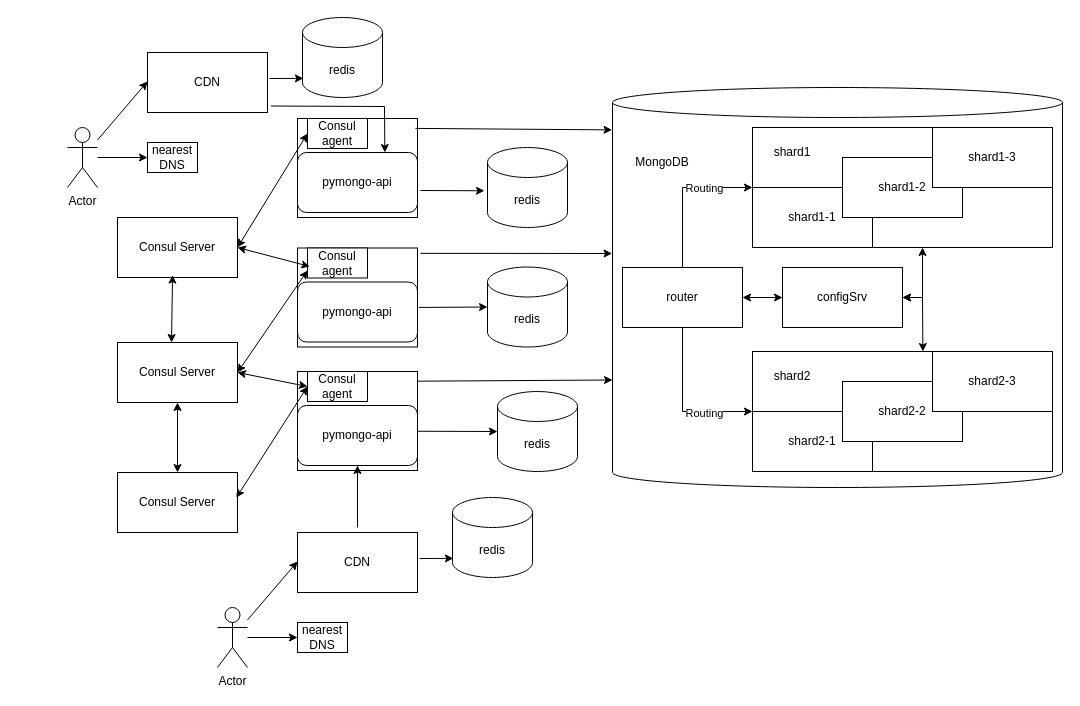
AlexanderTikhonovB/fourth keeps this draw.io diagram as task6.drawio. Above is the earlier version. Source tidied: cells renumbered, new cells numbered last; positions are measured from the earlier drawing's top-left corner, leaving out a move shared by most shapes. Both pictures are drawn from the tidied source at 100%, with x=0, y=0 at pixel (67, 17).
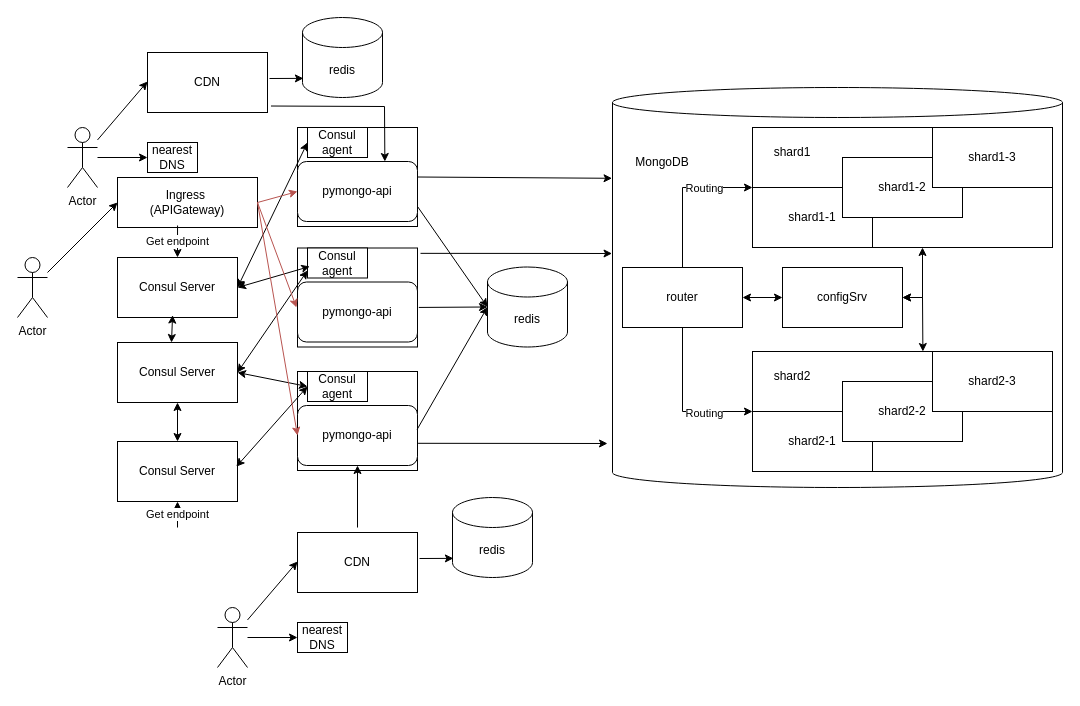
After the change.

Unchanged cells that the change refers to:
```xml
<mxCell id="2" style="shape=cylinder3;whiteSpace=wrap;html=1;boundedLbl=1;backgroundOutline=1;size=15;" parent="1" vertex="1">
  <mxGeometry x="545" y="70" width="450" height="400" as="geometry" />
</mxCell>
<mxCell id="25" style="rounded=0;whiteSpace=wrap;html=1;" parent="24" vertex="1">
  <mxGeometry width="120" height="99" as="geometry" />
</mxCell>
<mxCell id="26" value="pymongo-api" style="rounded=1;whiteSpace=wrap;html=1;" parent="24" vertex="1">
  <mxGeometry y="34" width="120" height="60" as="geometry" />
</mxCell>
<mxCell id="35" style="rounded=0;whiteSpace=wrap;html=1;" parent="34" vertex="1">
  <mxGeometry width="120" height="99" as="geometry" />
</mxCell>
<mxCell id="36" value="pymongo-api" style="rounded=1;whiteSpace=wrap;html=1;" parent="34" vertex="1">
  <mxGeometry y="34" width="120" height="60" as="geometry" />
</mxCell>
<mxCell id="39" style="rounded=0;whiteSpace=wrap;html=1;" parent="38" vertex="1">
  <mxGeometry width="120" height="99" as="geometry" />
</mxCell>
<mxCell id="40" value="pymongo-api" style="rounded=1;whiteSpace=wrap;html=1;" parent="38" vertex="1">
  <mxGeometry y="34" width="120" height="60" as="geometry" />
</mxCell>
```

What changed in the source:
```diff
@@
-    <mxCell id="20" value="redis" style="shape=cylinder3;whiteSpace=wrap;html=1;boundedLbl=1;backgroundOutline=1;size=15;" parent="1" vertex="1">
-      <mxGeometry x="430" y="374" width="80" height="80" as="geometry" />
-    </mxCell>
@@
     <mxCell id="29" value="Consul Server" style="rounded=0;whiteSpace=wrap;html=1;" parent="1" vertex="1">
-      <mxGeometry x="50" y="200" width="120" height="60" as="geometry" />
+      <mxGeometry x="50" y="240" width="120" height="60" as="geometry" />
     </mxCell>
     <mxCell id="30" value="Consul Server" style="rounded=0;whiteSpace=wrap;html=1;" parent="1" vertex="1">
-      <mxGeometry x="50" y="455" width="120" height="60" as="geometry" />
+      <mxGeometry x="50" y="424" width="120" height="60" as="geometry" />
     </mxCell>
@@
     <mxCell id="38" style="group;" parent="1" vertex="1">
-      <mxGeometry x="230" y="101" width="120" height="99" as="geometry" />
+      <mxGeometry x="230" y="110" width="120" height="99" as="geometry" />
     </mxCell>
@@
-    <mxCell id="47" value="redis" style="shape=cylinder3;whiteSpace=wrap;html=1;boundedLbl=1;backgroundOutline=1;size=15;" parent="1" vertex="1">
-      <mxGeometry x="420" y="249.5" width="80" height="80" as="geometry" />
-    </mxCell>
-    <mxCell id="48" style="endArrow=classic;html=1;rounded=0;entryX=0;entryY=0.5;entryDx=0;entryDy=0;entryPerimeter=0;exitX=1.001;exitY=0.429;exitDx=0;exitDy=0;exitPerimeter=0;" parent="1" edge="1" source="26" target="20">
+    <mxCell id="48" style="endArrow=classic;html=1;rounded=0;entryX=0;entryY=0.5;entryDx=0;entryDy=0;entryPerimeter=0;exitX=0.997;exitY=0.399;exitDx=0;exitDy=0;exitPerimeter=0;" parent="1" edge="1" source="26" target="47">
       <mxGeometry relative="1" as="geometry" />
     </mxCell>
-    <mxCell id="49" style="endArrow=classic;html=1;rounded=0;entryX=0;entryY=0.5;entryDx=0;entryDy=0;entryPerimeter=0;exitX=1.011;exitY=0.424;exitDx=0;exitDy=0;exitPerimeter=0;" parent="1" edge="1" source="36" target="47">
-      <mxGeometry relative="1" as="geometry" />
+    <mxCell id="49" style="endArrow=classic;html=1;rounded=0;entryX=0;entryY=0.5;entryDx=0;entryDy=0;entryPerimeter=0;exitX=1.011;exitY=0.424;exitDx=0;exitDy=0;exitPerimeter=0;" parent="1" edge="1" source="36">
+      <mxGeometry relative="1" as="geometry">
+        <mxPoint x="420" y="289.5" as="targetPoint" />
+      </mxGeometry>
     </mxCell>
-    <mxCell id="50" value="redis" style="shape=cylinder3;whiteSpace=wrap;html=1;boundedLbl=1;backgroundOutline=1;size=15;" parent="1" vertex="1">
-      <mxGeometry x="420" y="130" width="80" height="80" as="geometry" />
-    </mxCell>
-    <mxCell id="51" style="endArrow=classic;html=1;rounded=0;entryX=-0.038;entryY=0.541;entryDx=0;entryDy=0;entryPerimeter=0;" parent="1" edge="1" target="50">
-      <mxGeometry relative="1" as="geometry">
-        <mxPoint x="353" y="173" as="sourcePoint" />
-      </mxGeometry>
+    <mxCell id="51" style="endArrow=classic;html=1;rounded=0;entryX=0;entryY=0.5;entryDx=0;entryDy=0;entryPerimeter=0;exitX=1;exitY=0.75;exitDx=0;exitDy=0;" parent="1" edge="1" source="40" target="47">
+      <mxGeometry relative="1" as="geometry" />
     </mxCell>
@@
-    <mxCell id="57" style="endArrow=classic;html=1;rounded=0;entryX=0;entryY=0;entryDx=0;entryDy=292.5;entryPerimeter=0;exitX=0.995;exitY=0.098;exitDx=0;exitDy=0;exitPerimeter=0;" parent="1" edge="1" source="25" target="2">
-      <mxGeometry relative="1" as="geometry" />
+    <mxCell id="57" style="endArrow=classic;html=1;rounded=0;exitX=1.005;exitY=0.63;exitDx=0;exitDy=0;exitPerimeter=0;" parent="1" edge="1" source="26">
+      <mxGeometry relative="1" as="geometry">
+        <mxPoint x="540" y="426" as="targetPoint" />
+      </mxGeometry>
     </mxCell>
-    <mxCell id="58" style="endArrow=classic;html=1;rounded=0;entryX=-0.001;entryY=0.106;entryDx=0;entryDy=0;entryPerimeter=0;exitX=0.983;exitY=0.1;exitDx=0;exitDy=0;exitPerimeter=0;" parent="1" edge="1" source="39" target="2">
+    <mxCell id="58" style="endArrow=classic;html=1;rounded=0;entryX=-0.001;entryY=0.227;entryDx=0;entryDy=0;entryPerimeter=0;exitX=1;exitY=0.5;exitDx=0;exitDy=0;" parent="1" edge="1" source="39" target="2">
       <mxGeometry relative="1" as="geometry" />
     </mxCell>
@@
+    <mxCell id="71" value="Ingress&amp;nbsp;&lt;div&gt;(APIGateway)&lt;/div&gt;" style="rounded=0;whiteSpace=wrap;html=1;" parent="1" vertex="1">
+      <mxGeometry x="50" y="160" width="140" height="50" as="geometry" />
+    </mxCell>
+    <mxCell id="72" value="Actor" style="shape=umlActor;verticalLabelPosition=bottom;verticalAlign=top;html=1;outlineConnect=0;" parent="1" vertex="1">
+      <mxGeometry x="-50" y="240" width="30" height="60" as="geometry" />
+    </mxCell>
+    <mxCell id="73" value="Get endpoint" style="endArrow=classic;html=1;rounded=0;entryX=0.5;entryY=0;entryDx=0;entryDy=0;exitX=0.429;exitY=0.96;exitDx=0;exitDy=0;exitPerimeter=0;" parent="1" edge="1" source="71" target="29">
+      <mxGeometry relative="1" as="geometry" />
+    </mxCell>
+    <mxCell id="74" style="endArrow=classic;html=1;rounded=0;entryX=0;entryY=0.5;entryDx=0;entryDy=0;" parent="1" edge="1" source="72" target="71">
+      <mxGeometry relative="1" as="geometry" />
+    </mxCell>
+    <mxCell id="75" style="endArrow=classic;html=1;rounded=0;entryX=0;entryY=0.5;entryDx=0;entryDy=0;exitX=1;exitY=0.5;exitDx=0;exitDy=0;fillColor=#f8cecc;strokeColor=#b85450;" parent="1" edge="1" source="71" target="40">
+      <mxGeometry relative="1" as="geometry" />
+    </mxCell>
+    <mxCell id="76" style="endArrow=classic;html=1;rounded=0;entryX=-0.008;entryY=0.601;entryDx=0;entryDy=0;entryPerimeter=0;fillColor=#f8cecc;strokeColor=#b85450;" parent="1" edge="1" target="35">
+      <mxGeometry relative="1" as="geometry">
+        <mxPoint x="190" y="185" as="sourcePoint" />
+      </mxGeometry>
+    </mxCell>
+    <mxCell id="77" value="Get endpoint" style="endArrow=classic;html=1;rounded=0;entryX=0.5;entryY=1;entryDx=0;entryDy=0;exitX=0.5;exitY=0;exitDx=0;exitDy=0;" parent="1" edge="1" target="30">
+      <mxGeometry relative="1" as="geometry">
+        <mxPoint x="110" y="510" as="sourcePoint" />
+      </mxGeometry>
+    </mxCell>
+    <mxCell id="78" style="endArrow=classic;html=1;rounded=0;entryX=0;entryY=0.5;entryDx=0;entryDy=0;exitX=1;exitY=0.5;exitDx=0;exitDy=0;fillColor=#f8cecc;strokeColor=#b85450;" parent="1" edge="1" source="71" target="26">
+      <mxGeometry relative="1" as="geometry" />
+    </mxCell>
+    <mxCell id="47" value="redis" style="shape=cylinder3;whiteSpace=wrap;html=1;boundedLbl=1;backgroundOutline=1;size=15;" parent="1" vertex="1">
+      <mxGeometry x="420" y="249.5" width="80" height="80" as="geometry" />
+    </mxCell>
```
